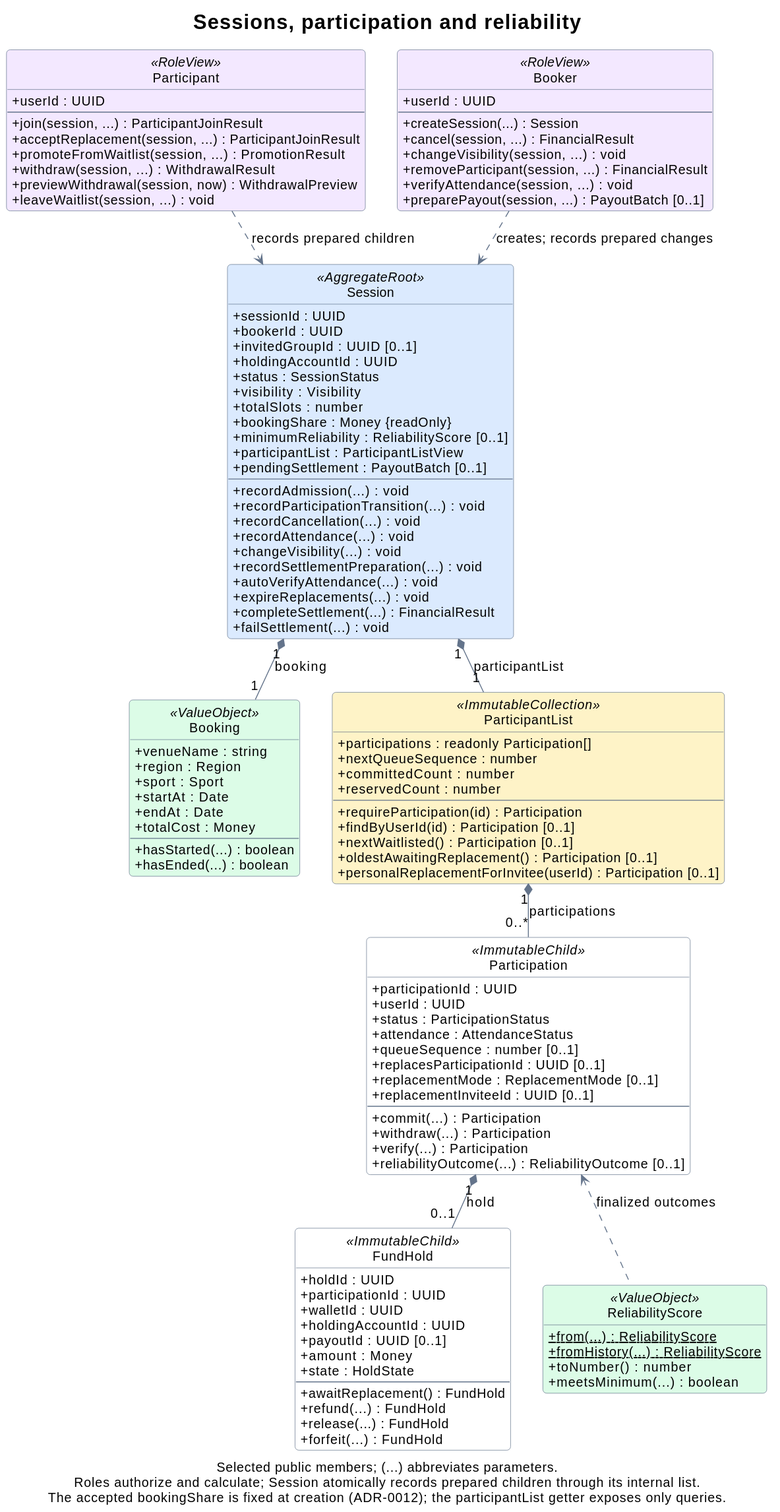
This is docs/assets/domain-sessions.svg from rbrishi15/booking-web-manager, a PlantUML export, as it was before one commit. Its diagram source:
```plantuml
@startuml
title Sessions, participation and reliability

top to bottom direction
hide empty members
hide circle
skinparam backgroundColor #FFFFFF
skinparam shadowing false
skinparam roundcorner 8
skinparam defaultFontName SansSerif
skinparam defaultFontSize 14
skinparam titleFontSize 22
skinparam ArrowColor #64748B
skinparam classBorderColor #64748B
skinparam classBackgroundColor #FFFFFF
skinparam classBackgroundColor<<AggregateRoot>> #DBEAFE
skinparam classBackgroundColor<<ValueObject>> #DCFCE7
skinparam classBackgroundColor<<RoleView>> #F3E8FF
skinparam classBackgroundColor<<ImmutableCollection>> #FEF3C7
skinparam classAttributeIconSize 0
skinparam linetype polyline
skinparam nodesep 35
skinparam ranksep 40

class Session <<AggregateRoot>> {
  +sessionId : UUID
  +bookerId : UUID
  +invitedGroupId : UUID [0..1]
  +holdingAccountId : UUID
  +status : SessionStatus
  +visibility : Visibility
  +totalSlots : number
  +bookingShare : Money {readOnly}
  +minimumReliability : ReliabilityScore [0..1]
  +participantList : ParticipantListView
  +pendingSettlement : PayoutBatch [0..1]
  --
  +recordAdmission(...) : void
  +recordParticipationTransition(...) : void
  +recordCancellation(...) : void
  +recordAttendance(...) : void
  +changeVisibility(...) : void
  +recordSettlementPreparation(...) : void
  +autoVerifyAttendance(...) : void
  +expireReplacements(...) : void
  +completeSettlement(...) : FinancialResult
  +failSettlement(...) : void
}

class Participant <<RoleView>> {
  +userId : UUID
  --
  +join(session, ...) : ParticipantJoinResult
  +acceptReplacement(session, ...) : ParticipantJoinResult
  +promoteFromWaitlist(session, ...) : PromotionResult
  +withdraw(session, ...) : WithdrawalResult
  +previewWithdrawal(session, now) : WithdrawalPreview
  +leaveWaitlist(session, ...) : void
}

class Booker <<RoleView>> {
  +userId : UUID
  --
  +createSession(...) : Session
  +cancel(session, ...) : FinancialResult
  +changeVisibility(session, ...) : void
  +removeParticipant(session, ...) : FinancialResult
  +verifyAttendance(session, ...) : void
  +preparePayout(session, ...) : PayoutBatch [0..1]
}

class Booking <<ValueObject>> {
  +venueName : string
  +region : Region
  +sport : Sport
  +startAt : Date
  +endAt : Date
  +totalCost : Money
  --
  +hasStarted(...) : boolean
  +hasEnded(...) : boolean
}

class ParticipantList <<ImmutableCollection>> {
  +participations : readonly Participation[]
  +nextQueueSequence : number
  +committedCount : number
  +reservedCount : number
  --
  +requireParticipation(id) : Participation
  +findByUserId(id) : Participation [0..1]
  +nextWaitlisted() : Participation [0..1]
  +oldestAwaitingReplacement() : Participation [0..1]
  +personalReplacementForInvitee(userId) : Participation [0..1]
}

class Participation <<ImmutableChild>> {
  +participationId : UUID
  +userId : UUID
  +status : ParticipationStatus
  +attendance : AttendanceStatus
  +queueSequence : number [0..1]
  +replacesParticipationId : UUID [0..1]
  +replacementMode : ReplacementMode [0..1]
  +replacementInviteeId : UUID [0..1]
  --
  +commit(...) : Participation
  +withdraw(...) : Participation
  +verify(...) : Participation
  +reliabilityOutcome(...) : ReliabilityOutcome [0..1]
}

class FundHold <<ImmutableChild>> {
  +holdId : UUID
  +participationId : UUID
  +walletId : UUID
  +holdingAccountId : UUID
  +payoutId : UUID [0..1]
  +amount : Money
  +state : HoldState
  --
  +awaitReplacement() : FundHold
  +refund(...) : FundHold
  +release(...) : FundHold
  +forfeit(...) : FundHold
}

class ReliabilityScore <<ValueObject>> {
  {static} +from(...) : ReliabilityScore
  {static} +fromHistory(...) : ReliabilityScore
  +toNumber() : number
  +meetsMinimum(...) : boolean
}

Session "1" *-down- "1" Booking : booking
Participant .down.> Session : records prepared children
Booker .down.> Session : creates; records prepared changes
Session "1" *-down- "1" ParticipantList : participantList
ParticipantList "1" *-down- "0..*" Participation : participations
Participation "1" *-down- "0..1" FundHold : hold
ReliabilityScore .up.> Participation : finalized outcomes
Booking -[hidden]right- ParticipantList
FundHold -[hidden]right- ReliabilityScore

caption Selected public members; (...) abbreviates parameters.\nRoles authorize and calculate; Session atomically records prepared children through its internal list.\nThe accepted bookingShare is fixed at creation (ADR-0012); the participantList getter exposes only queries.
@enduml
```
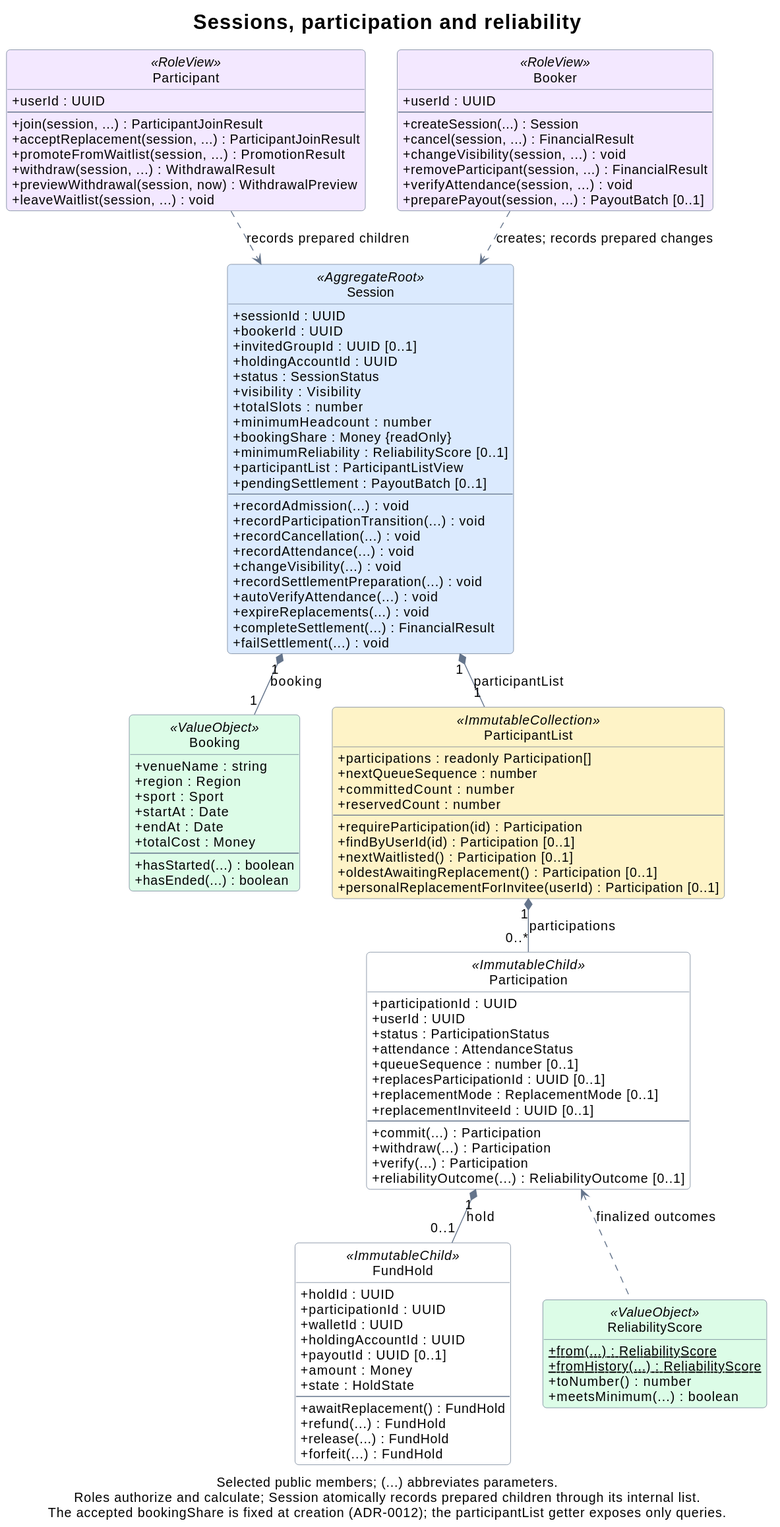
The same file after the commit.

The edit, as a diff of the source:
```diff
@@ -30,6 +30,7 @@
   +status : SessionStatus
   +visibility : Visibility
   +totalSlots : number
+  +minimumHeadcount : number
   +bookingShare : Money {readOnly}
   +minimumReliability : ReliabilityScore [0..1]
   +participantList : ParticipantListView
```
